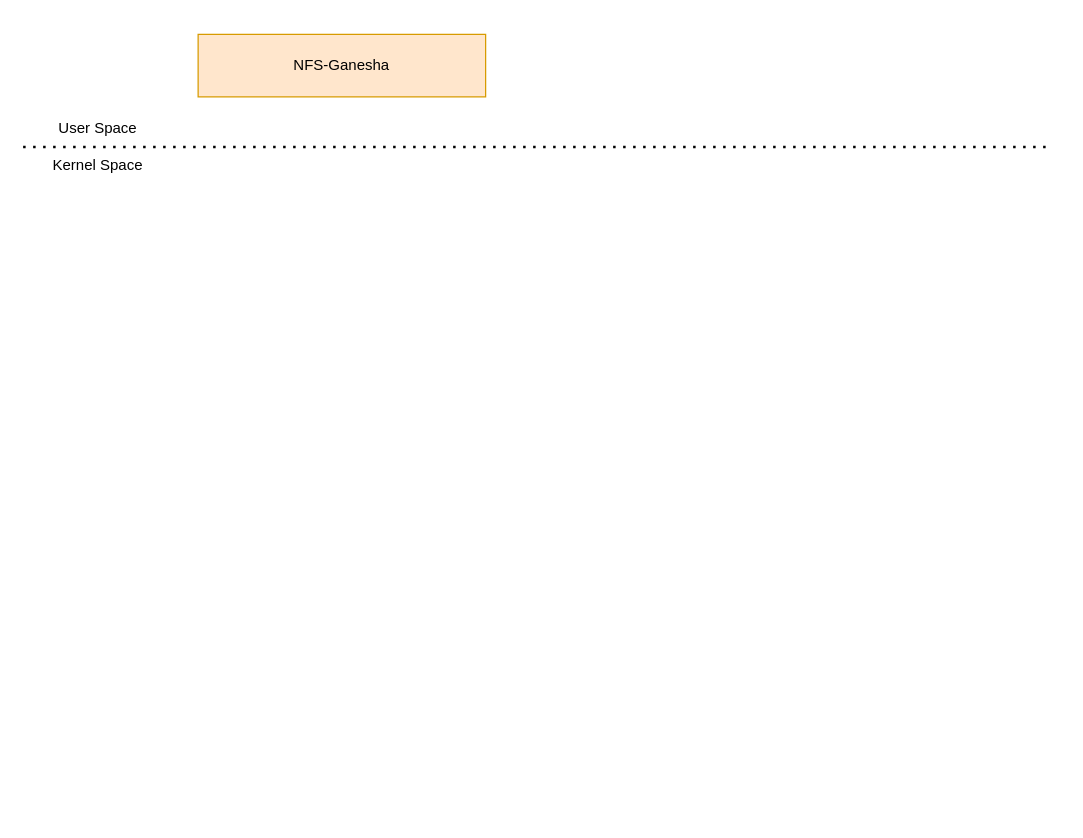
Before: 决赛项目框架.drawio in Kakoyi945/cloud, a draw.io diagram. Source tidied: cells renumbered, new cells numbered last; positions are measured from the earlier drawing's top-left corner, leaving out a move shared by most shapes. Both pictures are drawn from the tidied source at 125%, with x=0, y=0 at pixel (22, 34). Pictures stored in the file or linked from it are replaced by grey dashed boxes.
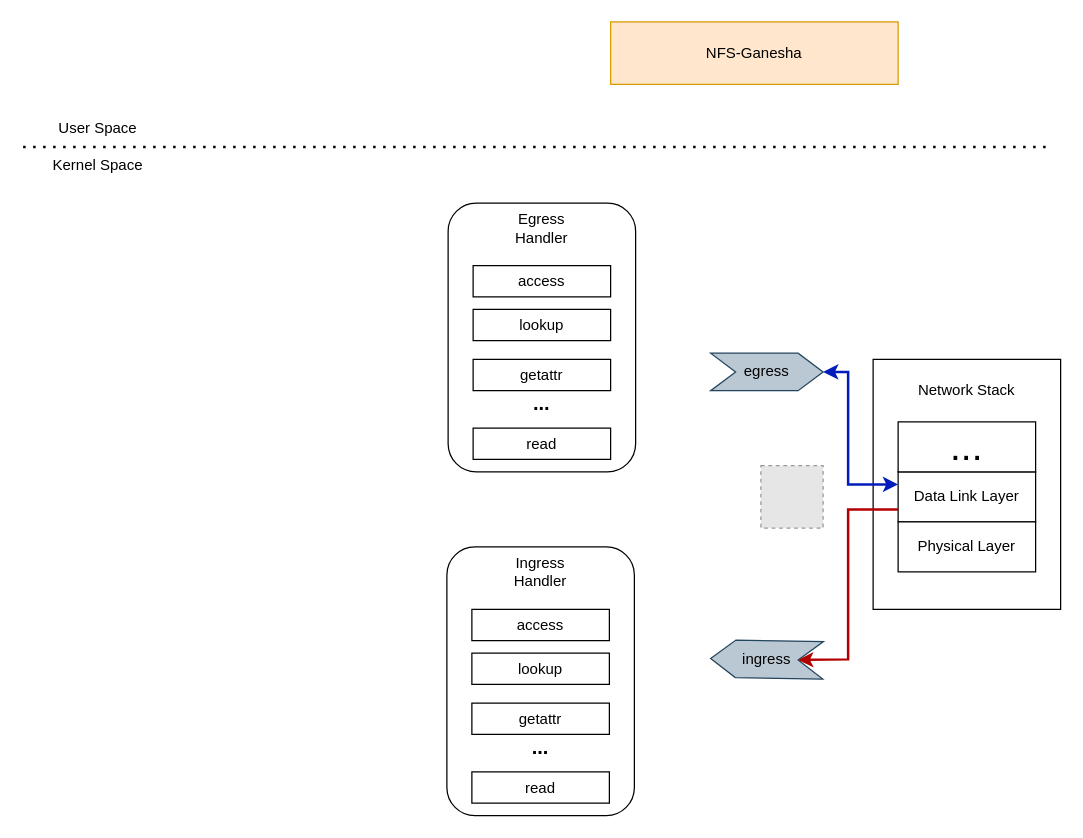
The same diagram, later.

Commit message (it also covers changes not shown here):
更新决赛项目框架.drawio

Change to the diagram source:
```diff
@@
+    <mxCell id="6" style="rounded=0;whiteSpace=wrap;html=1;" parent="1" vertex="1">
+      <mxGeometry x="680" y="260" width="150" height="200" as="geometry" />
+    </mxCell>
@@
     <mxCell id="5" value="NFS-Ganesha" style="rounded=0;whiteSpace=wrap;html=1;fillColor=#ffe6cc;strokeColor=#d79b00;" parent="1" vertex="1">
-      <mxGeometry x="140" width="230" height="50" as="geometry" />
+      <mxGeometry x="470" y="-10" width="230" height="50" as="geometry" />
     </mxCell>
+    <mxCell id="7" value="Data Link Layer" style="rounded=0;whiteSpace=wrap;html=1;" parent="1" vertex="1">
+      <mxGeometry x="700" y="350" width="110" height="40" as="geometry" />
+    </mxCell>
+    <mxCell id="8" value="Physical Layer" style="rounded=0;whiteSpace=wrap;html=1;" parent="1" vertex="1">
+      <mxGeometry x="700" y="390" width="110" height="40" as="geometry" />
+    </mxCell>
+    <mxCell id="9" value="&lt;font style=&quot;font-size: 31px;&quot;&gt;...&lt;/font&gt;" style="rounded=0;whiteSpace=wrap;html=1;" parent="1" vertex="1">
+      <mxGeometry x="700" y="310" width="110" height="40" as="geometry" />
+    </mxCell>
+    <mxCell id="10" value="Network Stack" style="text;html=1;strokeColor=none;fillColor=none;align=center;verticalAlign=middle;whiteSpace=wrap;rounded=0;" parent="1" vertex="1">
+      <mxGeometry x="705" y="270" width="100" height="30" as="geometry" />
+    </mxCell>
+    <mxCell id="11" style="rounded=1;whiteSpace=wrap;html=1;" parent="1" vertex="1">
+      <mxGeometry x="340" y="135" width="150" height="215" as="geometry" />
+    </mxCell>
+    <mxCell id="12" value="access" style="rounded=0;whiteSpace=wrap;html=1;" parent="1" vertex="1">
+      <mxGeometry x="360" y="185" width="110" height="25" as="geometry" />
+    </mxCell>
+    <mxCell id="13" value="Egress Handler" style="text;html=1;strokeColor=none;fillColor=none;align=center;verticalAlign=middle;whiteSpace=wrap;rounded=0;" parent="1" vertex="1">
+      <mxGeometry x="385" y="140" width="60" height="30" as="geometry" />
+    </mxCell>
+    <mxCell id="14" value="lookup" style="rounded=0;whiteSpace=wrap;html=1;" parent="1" vertex="1">
+      <mxGeometry x="360" y="220" width="110" height="25" as="geometry" />
+    </mxCell>
+    <mxCell id="15" value="getattr" style="rounded=0;whiteSpace=wrap;html=1;" parent="1" vertex="1">
+      <mxGeometry x="360" y="260" width="110" height="25" as="geometry" />
+    </mxCell>
+    <mxCell id="16" value="read" style="rounded=0;whiteSpace=wrap;html=1;" parent="1" vertex="1">
+      <mxGeometry x="360" y="315" width="110" height="25" as="geometry" />
+    </mxCell>
+    <mxCell id="17" value="&lt;b&gt;&lt;font style=&quot;font-size: 16px;&quot;&gt;...&lt;/font&gt;&lt;/b&gt;" style="text;html=1;strokeColor=none;fillColor=none;align=center;verticalAlign=middle;whiteSpace=wrap;rounded=0;" parent="1" vertex="1">
+      <mxGeometry x="385" y="280" width="60" height="30" as="geometry" />
+    </mxCell>
+    <mxCell id="18" style="rounded=1;whiteSpace=wrap;html=1;" parent="1" vertex="1">
+      <mxGeometry x="339" y="410" width="150" height="215" as="geometry" />
+    </mxCell>
+    <mxCell id="19" value="access" style="rounded=0;whiteSpace=wrap;html=1;" parent="1" vertex="1">
+      <mxGeometry x="359" y="460" width="110" height="25" as="geometry" />
+    </mxCell>
+    <mxCell id="20" value="Ingress Handler" style="text;html=1;strokeColor=none;fillColor=none;align=center;verticalAlign=middle;whiteSpace=wrap;rounded=0;" parent="1" vertex="1">
+      <mxGeometry x="384" y="415" width="60" height="30" as="geometry" />
+    </mxCell>
+    <mxCell id="21" value="lookup" style="rounded=0;whiteSpace=wrap;html=1;" parent="1" vertex="1">
+      <mxGeometry x="359" y="495" width="110" height="25" as="geometry" />
+    </mxCell>
+    <mxCell id="22" value="getattr" style="rounded=0;whiteSpace=wrap;html=1;" parent="1" vertex="1">
+      <mxGeometry x="359" y="535" width="110" height="25" as="geometry" />
+    </mxCell>
+    <mxCell id="23" value="read" style="rounded=0;whiteSpace=wrap;html=1;" parent="1" vertex="1">
+      <mxGeometry x="359" y="590" width="110" height="25" as="geometry" />
+    </mxCell>
+    <mxCell id="24" value="&lt;b&gt;&lt;font style=&quot;font-size: 16px;&quot;&gt;...&lt;/font&gt;&lt;/b&gt;" style="text;html=1;strokeColor=none;fillColor=none;align=center;verticalAlign=middle;whiteSpace=wrap;rounded=0;" parent="1" vertex="1">
+      <mxGeometry x="384" y="555" width="60" height="30" as="geometry" />
+    </mxCell>
+    <mxCell id="25" value="egress" style="shape=step;perimeter=stepPerimeter;whiteSpace=wrap;html=1;fixedSize=1;rotation=0;fillColor=#bac8d3;strokeColor=#23445d;" parent="1" vertex="1">
+      <mxGeometry x="550" y="255" width="90" height="30" as="geometry" />
+    </mxCell>
+    <mxCell id="26" style="endArrow=classic;startArrow=classic;html=1;rounded=0;entryX=0;entryY=0.25;entryDx=0;entryDy=0;entryPerimeter=0;exitX=1;exitY=0.5;exitDx=0;exitDy=0;fillColor=#0050ef;strokeColor=#001DBC;strokeWidth=2;" parent="1" edge="1" source="25" target="7">
+      <mxGeometry relative="1" as="geometry">
+        <Array as="points">
+          <mxPoint x="660" y="270" />
+          <mxPoint x="660" y="360" />
+        </Array>
+      </mxGeometry>
+    </mxCell>
+    <mxCell id="27" style="fillColor=#E6E6E6;strokeColor=#999999;dashed=1;verticalLabelPosition=bottom;labelBackgroundColor=default;verticalAlign=top;" parent="1" vertex="1">
+      <mxGeometry x="590.2" y="345" width="49.8" height="50" as="geometry" />
+    </mxCell>
+    <mxCell id="28" style="shape=step;perimeter=stepPerimeter;whiteSpace=wrap;html=1;fixedSize=1;rotation=-179;fillColor=#bac8d3;strokeColor=#23445d;" parent="1" vertex="1">
+      <mxGeometry x="550" y="485" width="90" height="30" as="geometry" />
+    </mxCell>
+    <mxCell id="29" value="ingress" style="text;html=1;strokeColor=none;fillColor=none;align=center;verticalAlign=middle;whiteSpace=wrap;rounded=0;" parent="1" vertex="1">
+      <mxGeometry x="565" y="485" width="60" height="30" as="geometry" />
+    </mxCell>
+    <mxCell id="30" style="endArrow=classic;html=1;rounded=0;entryX=0;entryY=0.5;entryDx=0;entryDy=0;fillColor=#e51400;strokeColor=#B20000;strokeWidth=2;" parent="1" edge="1" target="28">
+      <mxGeometry relative="1" as="geometry">
+        <mxPoint x="700" y="380" as="sourcePoint" />
+        <Array as="points">
+          <mxPoint x="660" y="380" />
+          <mxPoint x="660" y="500" />
+        </Array>
+      </mxGeometry>
+    </mxCell>
```
